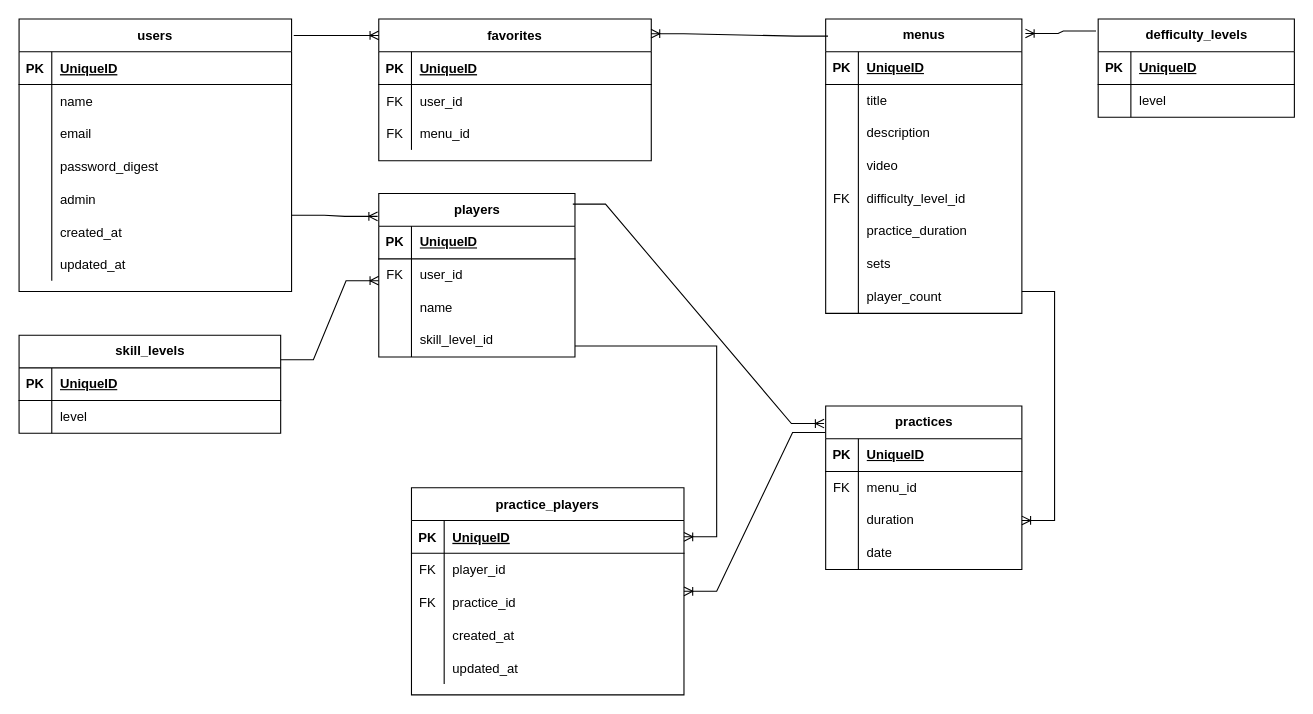
yu-tas/achieve keeps this draw.io diagram as 卒業課題.drawio. Above is the earlier version. Source tidied: cells renumbered, new cells numbered last; positions are measured from the earlier drawing's top-left corner, leaving out a move shared by most shapes. Both pictures are drawn from the tidied source at 109%, with x=0, y=0 at pixel (19, 19).
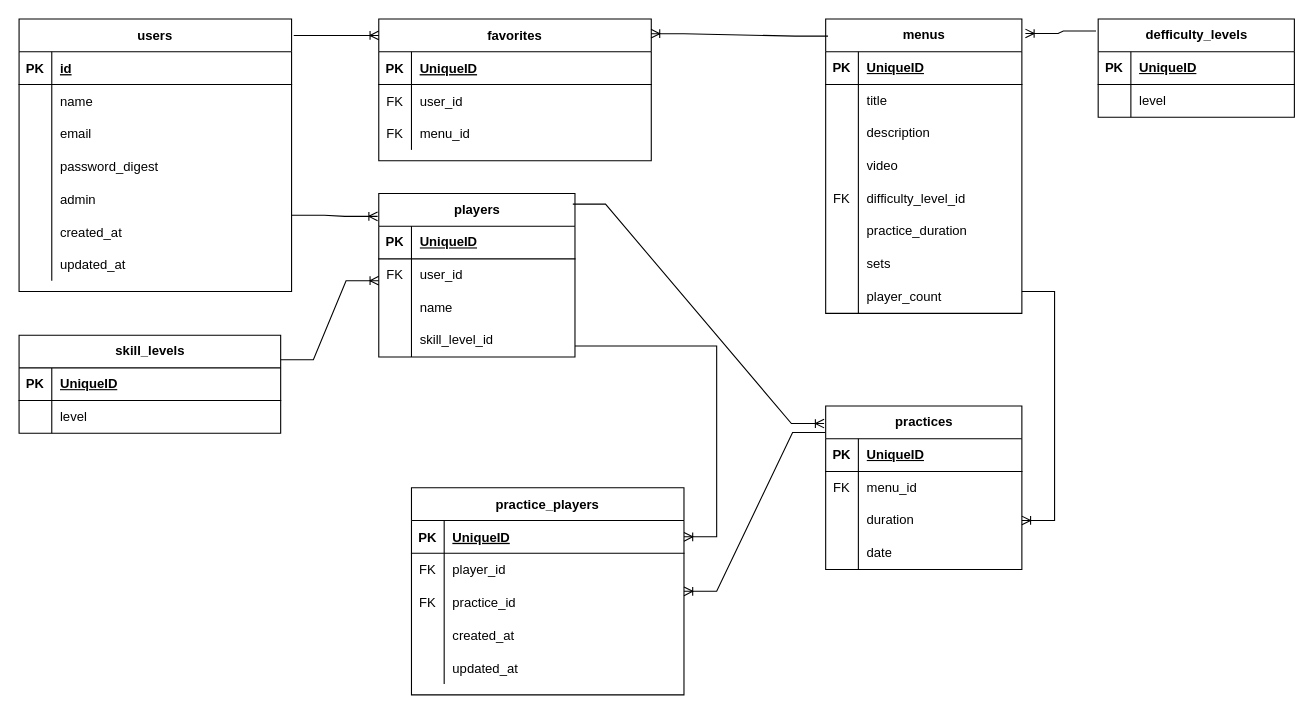
The same page after the edit.

Commit message:
卒業課題.drawio を更新します

Unchanged cells that the change refers to:
```xml
<mxCell id="29" style="shape=partialRectangle;fillColor=none;top=0;left=0;right=0;bottom=1;" parent="28" vertex="1">
  <mxGeometry y="30" width="250" height="30" as="geometry" />
</mxCell>
```

Change to the diagram source:
```diff
@@
-    <mxCell id="31" value="UniqueID" style="shape=partialRectangle;overflow=hidden;fillColor=none;top=0;left=0;bottom=0;right=0;align=left;spacingLeft=6;fontStyle=5;" parent="29" vertex="1">
+    <mxCell id="31" value="id" style="shape=partialRectangle;overflow=hidden;fillColor=none;top=0;left=0;bottom=0;right=0;align=left;spacingLeft=6;fontStyle=5;" parent="29" vertex="1">
       <mxGeometry x="30" width="220" height="30" as="geometry" />
     </mxCell>
```
